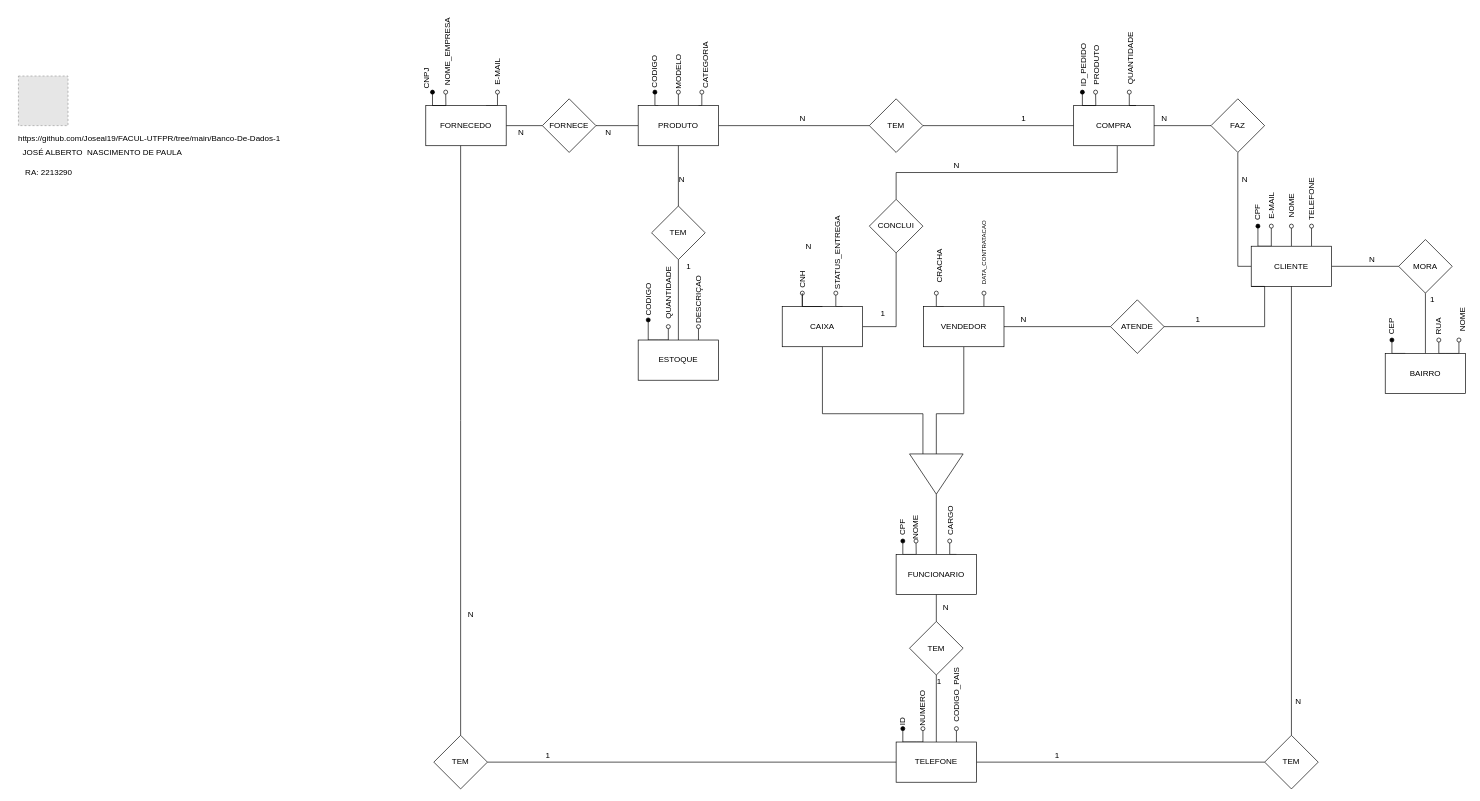
Before: Banco-De-Dados-1/Modelo Entidade-Relacionamento/Modelo-Entidade-Relacionamento.drawio in Joseal19/FACUL-UTFPR, a draw.io diagram. Source tidied: cells renumbered, new cells numbered last; positions are measured from the earlier drawing's top-left corner, leaving out a move shared by most shapes. Both pictures are drawn from the tidied source at 67%, with x=0, y=0 at pixel (11, 45). Pictures stored in the file or linked from it are replaced by grey dashed boxes.
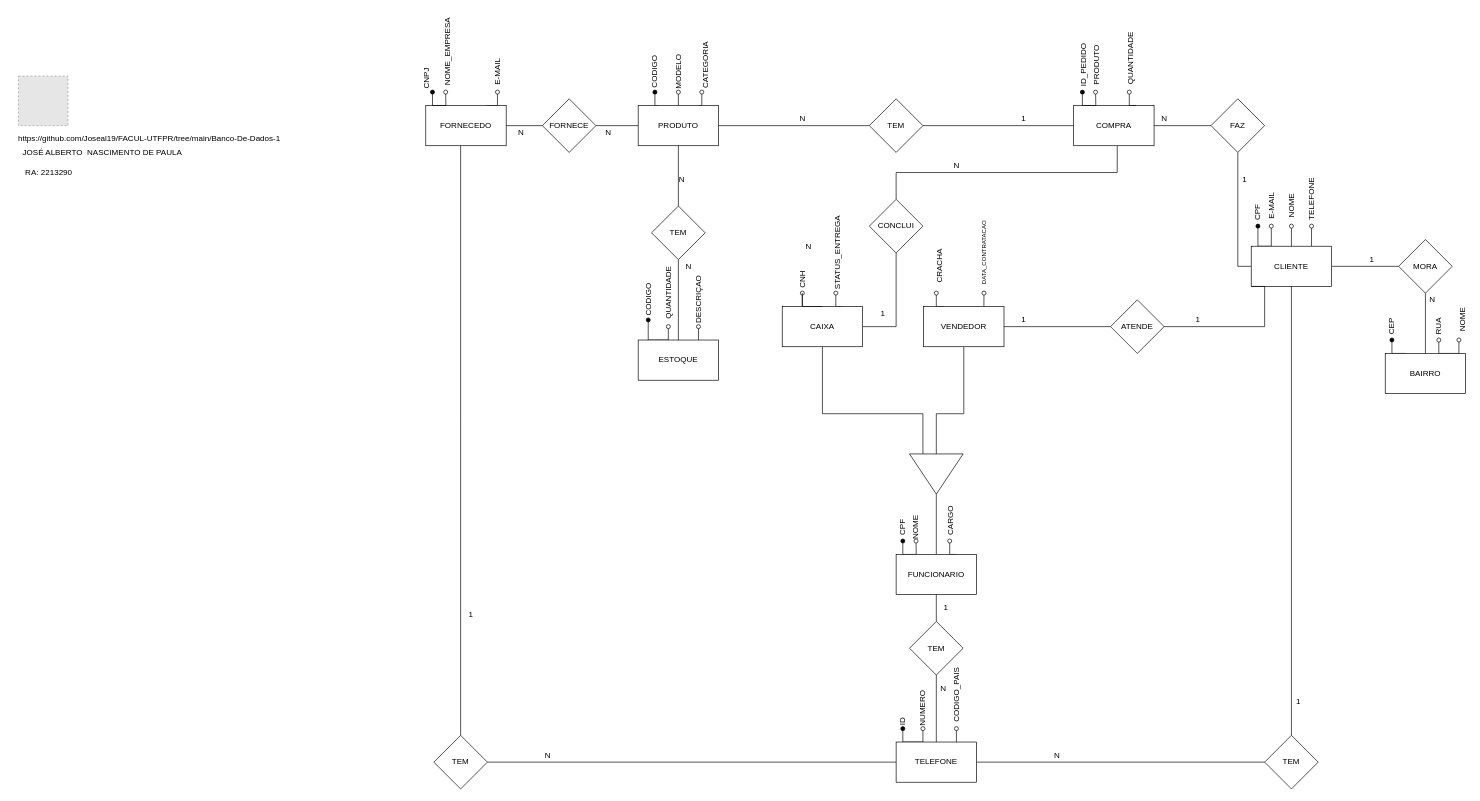
The same page after the edit.

What changed in the source:
```diff
@@
-    <mxCell id="22" value="N" style="text;html=1;align=center;verticalAlign=middle;strokeColor=none;fillColor=none;" parent="1" vertex="1">
+    <mxCell id="22" value="1" style="text;html=1;align=center;verticalAlign=middle;strokeColor=none;fillColor=none;" parent="1" vertex="1">
       <mxGeometry x="2020" y="310" width="20" height="20" as="geometry" />
     </mxCell>
-    <mxCell id="23" value="1" style="text;html=1;align=center;verticalAlign=middle;strokeColor=none;fillColor=none;" parent="1" vertex="1">
+    <mxCell id="23" value="N" style="text;html=1;align=center;verticalAlign=middle;strokeColor=none;fillColor=none;" parent="1" vertex="1">
       <mxGeometry x="2110" y="370" width="20" height="20" as="geometry" />
     </mxCell>
@@
-    <mxCell id="95" value="N" style="text;html=1;align=center;verticalAlign=middle;strokeColor=none;fillColor=none;fontSize=12;" parent="1" vertex="1">
+    <mxCell id="95" value="1" style="text;html=1;align=center;verticalAlign=middle;strokeColor=none;fillColor=none;fontSize=12;" parent="1" vertex="1">
       <mxGeometry x="1384" y="830" width="20" height="20" as="geometry" />
     </mxCell>
-    <mxCell id="96" value="1" style="text;html=1;align=center;verticalAlign=middle;strokeColor=none;fillColor=none;fontSize=12;" parent="1" vertex="1">
-      <mxGeometry x="1374" y="940" width="20" height="20" as="geometry" />
+    <mxCell id="96" value="N" style="text;html=1;align=center;verticalAlign=middle;strokeColor=none;fillColor=none;fontSize=12;" parent="1" vertex="1">
+      <mxGeometry x="1380" y="950" width="20" height="20" as="geometry" />
     </mxCell>
-    <mxCell id="97" value="N" style="text;html=1;align=center;verticalAlign=middle;strokeColor=none;fillColor=none;fontSize=12;" parent="1" vertex="1">
+    <mxCell id="97" value="1" style="text;html=1;align=center;verticalAlign=middle;strokeColor=none;fillColor=none;fontSize=12;" parent="1" vertex="1">
       <mxGeometry x="675" y="840" width="20" height="20" as="geometry" />
     </mxCell>
@@
-    <mxCell id="100" value="N" style="text;html=1;align=center;verticalAlign=middle;strokeColor=none;fillColor=none;fontSize=12;" parent="1" vertex="1">
+    <mxCell id="100" value="1" style="text;html=1;align=center;verticalAlign=middle;strokeColor=none;fillColor=none;fontSize=12;" parent="1" vertex="1">
       <mxGeometry x="1500" y="400" width="20" height="20" as="geometry" />
     </mxCell>
@@
-    <mxCell id="120" value="N" style="text;html=1;align=center;verticalAlign=middle;strokeColor=none;fillColor=none;fontSize=12;" parent="1" vertex="1">
+    <mxCell id="120" value="1" style="text;html=1;align=center;verticalAlign=middle;strokeColor=none;fillColor=none;fontSize=12;" parent="1" vertex="1">
       <mxGeometry x="1830" y="190" width="20" height="20" as="geometry" />
     </mxCell>
@@
-    <mxCell id="125" value="1" style="text;html=1;align=center;verticalAlign=middle;strokeColor=none;fillColor=none;fontSize=12;" parent="1" vertex="1">
+    <mxCell id="125" value="N" style="text;html=1;align=center;verticalAlign=middle;strokeColor=none;fillColor=none;fontSize=12;" parent="1" vertex="1">
       <mxGeometry x="790" y="1050" width="20" height="20" as="geometry" />
     </mxCell>
-    <mxCell id="126" value="1" style="text;html=1;align=center;verticalAlign=middle;strokeColor=none;fillColor=none;fontSize=12;" parent="1" vertex="1">
+    <mxCell id="126" value="N" style="text;html=1;align=center;verticalAlign=middle;strokeColor=none;fillColor=none;fontSize=12;" parent="1" vertex="1">
       <mxGeometry x="1550" y="1050" width="20" height="20" as="geometry" />
     </mxCell>
-    <mxCell id="127" value="N" style="text;html=1;align=center;verticalAlign=middle;strokeColor=none;fillColor=none;fontSize=12;" parent="1" vertex="1">
+    <mxCell id="127" value="1" style="text;html=1;align=center;verticalAlign=middle;strokeColor=none;fillColor=none;fontSize=12;" parent="1" vertex="1">
       <mxGeometry x="1910" y="970" width="20" height="20" as="geometry" />
     </mxCell>
-    <mxCell id="128" value="1" style="text;html=1;align=center;verticalAlign=middle;strokeColor=none;fillColor=none;fontSize=12;" parent="1" vertex="1">
+    <mxCell id="128" value="N" style="text;html=1;align=center;verticalAlign=middle;strokeColor=none;fillColor=none;fontSize=12;" parent="1" vertex="1">
       <mxGeometry x="1000" y="320" width="20" height="20" as="geometry" />
     </mxCell>
```
